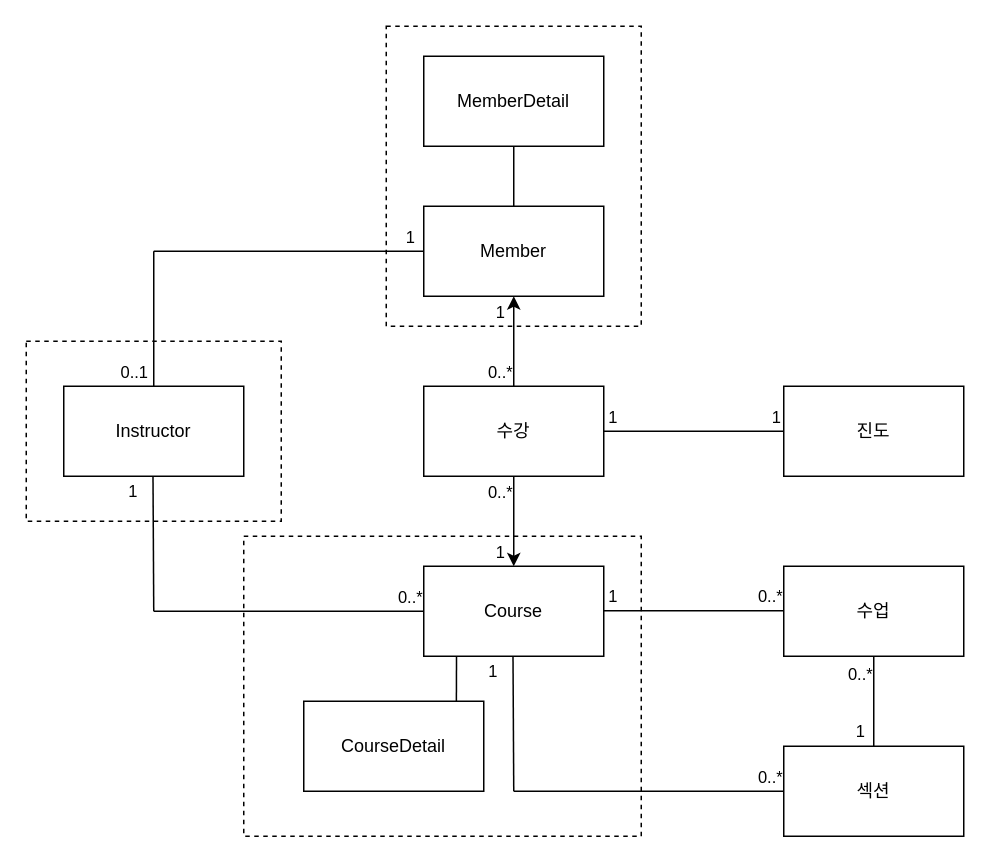
Earlier version of the draw.io diagram docs/splearn.drawio (javython999/splearn). Source tidied: cells renumbered, new cells numbered last; positions are measured from the earlier drawing's top-left corner, leaving out a move shared by most shapes. Both pictures are drawn from the tidied source at 150%, with x=0, y=0 at pixel (26, 26).
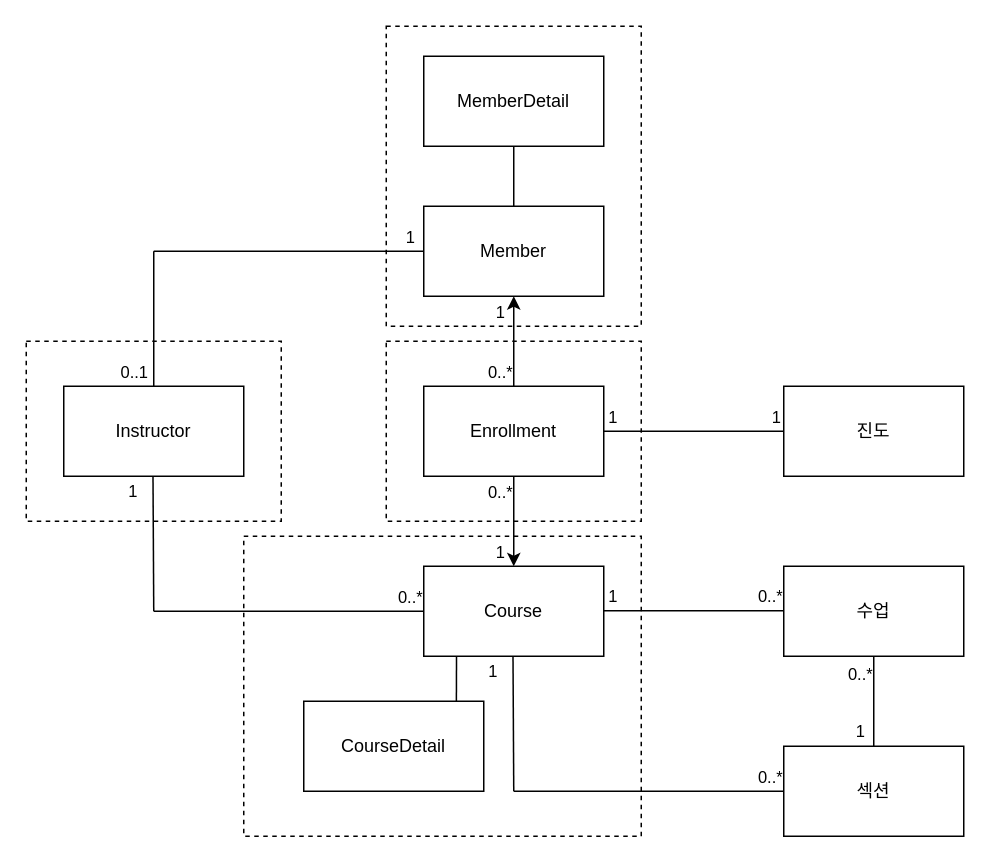
The same diagram, later.

The edit, as a diff of the source:
```diff
@@
+    <mxCell id="43" value=" " style="rounded=0;whiteSpace=wrap;html=1;dashed=1;strokeColor=light-dark(#000000,#00FFFF);" parent="1" vertex="1">
+      <mxGeometry x="240" y="210" width="170" height="120" as="geometry" />
+    </mxCell>
@@
-    <mxCell id="9" value="수강" style="rounded=0;whiteSpace=wrap;html=1;" parent="1" vertex="1">
+    <mxCell id="9" value="Enrollment" style="rounded=0;whiteSpace=wrap;html=1;" parent="1" vertex="1">
       <mxGeometry x="265" y="240" width="120" height="60" as="geometry" />
     </mxCell>
```
